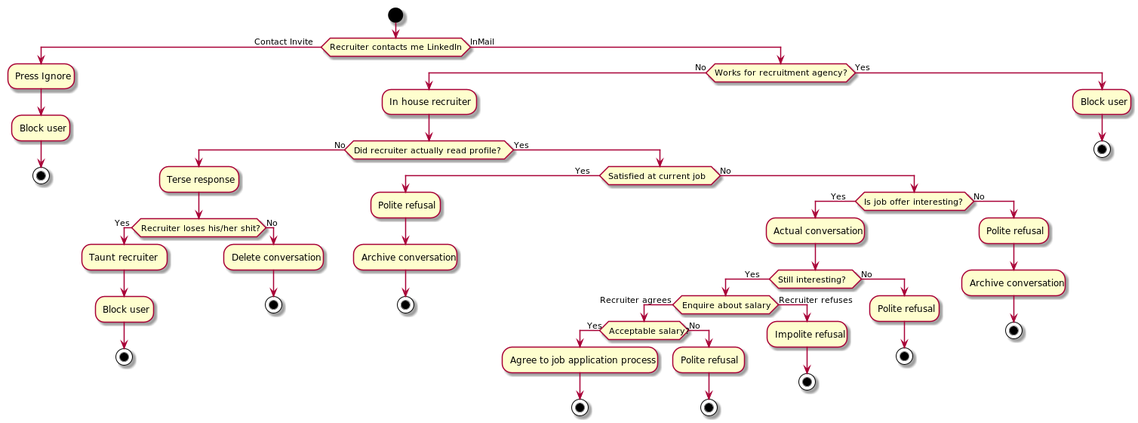
Above: recruiters.png in jsteenbeeke/jsteenbeeke.github.io (PlantUML), before the change.
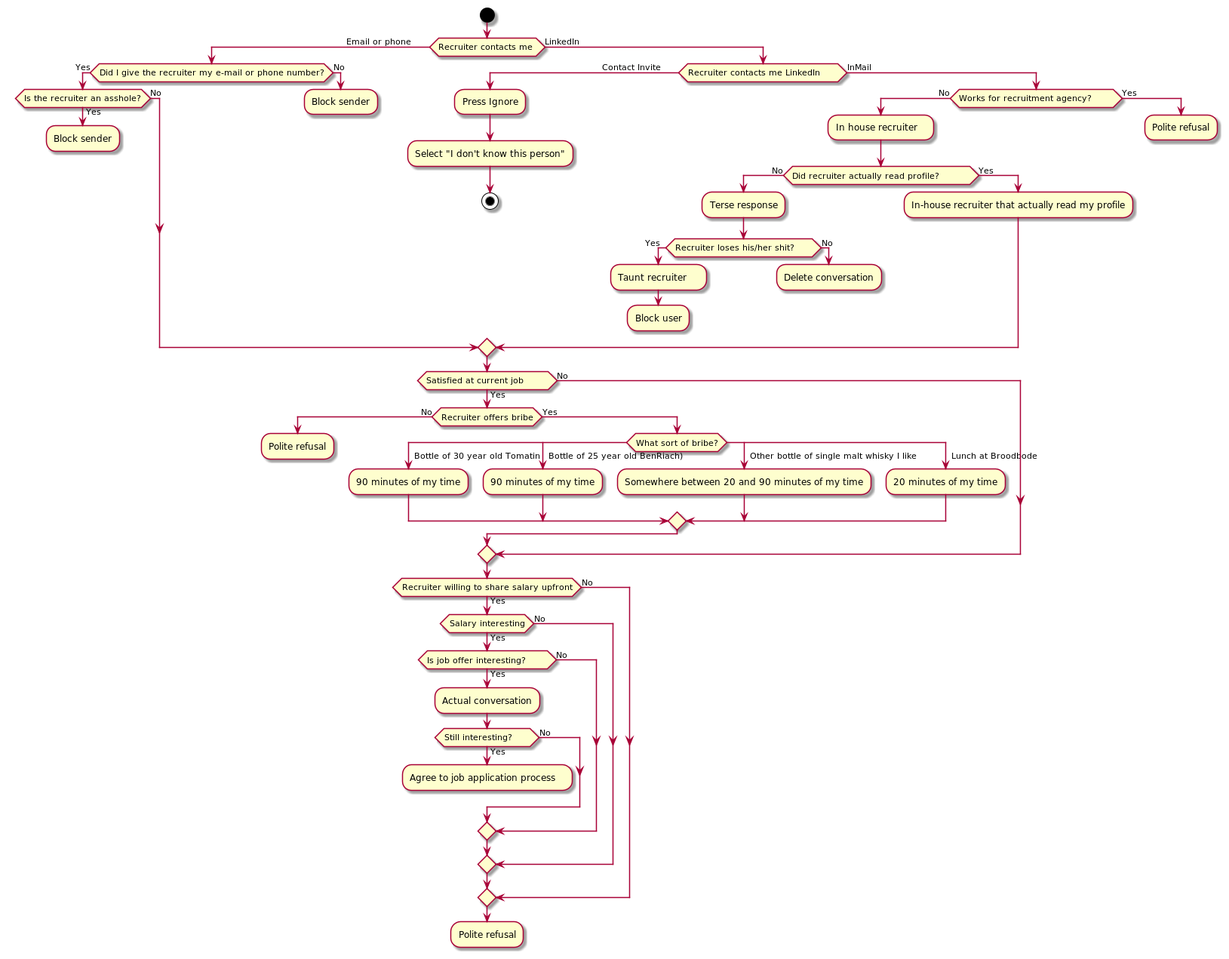
The same file after the commit.

Commit message:
Updated recruiter info

Change to the diagram source:
```diff
@@ -1,61 +1,79 @@
 @startuml
 
 start
+if (Recruiter contacts me ) then (Email or phone      )
+    if (Did I give the recruiter my e-mail or phone number?) then (Yes)
+        if (Is the recruiter an asshole?) then (No)
+        else (Yes)
+            :Block sender;
+            detach
+        endif
+    else (No)
+        :Block sender;
+        detach
+    endif
+else (LinkedIn    )
+    if (Recruiter contacts me LinkedIn      ) then (Contact Invite      )
+        :Press Ignore;
+        :Select "I don't know this person";
+        stop;
+    else (InMail)
+        if (Works for recruitment agency?       ) then (No)
+          :In house recruiter   ;
+          if (Did recruiter actually read profile?          ) then (No)
+             :Terse response;
+             if (Recruiter loses his/her shit?      ) then (Yes  )
+                :Taunt recruiter    ;
+                :Block user;
+                detach
+             else (No)
+                :Delete conversation;
+                detach
+             endif
+          else (Yes)
+            :In-house recruiter that actually read my profile;
+          endif
+        else (Yes)
+            :Polite refusal;
+            detach
+        endif
+    endif
+endif
+if (Satisfied at current job        ) then (Yes     )
+  if (Recruiter offers bribe) then (No)
+        :Polite refusal;
+         detach;
+  else (Yes)
+            switch (What sort of bribe?)
+            case (  Bottle of 30 year old Tomatin)
+                :90 minutes of my time;
+            case (  Bottle of 25 year old BenRiach))
+                :90 minutes of my time;
+            case (  Other bottle of single malt whisky I like)
+                :Somewhere between 20 and 90 minutes of my time;
+            case (  Lunch at Broodbode)
+                :20 minutes of my time;
+            endswitch
+    endif
+else (No       )
+endif
 
-if (Recruiter contacts me LinkedIn      ) then (Contact Invite      )
-    :Press Ignore;
-    :Block user;
-    stop;
-else (InMail)
-    if (Works for recruitment agency?       ) then (No)
-      :In house recruiter   ;
-      if (Did recruiter actually read profile?          ) then (No)
-         :Terse response;
-         if (Recruiter loses his/her shit?      ) then (Yes  )
-            :Taunt recruiter    ;
-            :Block user;
-            stop;
-         else (No)
-            :Delete conversation;
-            stop;
-         endif
-      else (Yes)
-        if (Satisfied at current job        ) then (Yes     )
-          :Polite refusal;
-          :Archive conversation;
-          stop;
-        else (No)
-            if (Is job offer interesting?       ) then (Yes     )
+if (Recruiter willing to share salary upfront) then (No)
+else (Yes)
+        if (Salary interesting) then (No)
+        else (Yes)
+            if (Is job offer interesting?       ) then (No)
+            else (Yes)
                 :Actual conversation;
                 if (Still interesting?      ) then (Yes     )
-                   if (Enquire about salary     ) then (Recruiter agrees     )
-                        if (Acceptable salary?) then (Yes)
-                            :Agree to job application process   ;
-                            stop;
-                        else (No)
-                            :Polite refusal ;
-                            stop;
-                        endif
-                   else (Recruiter refuses  )
-                        :Impolite refusal;
-                        stop;
-                   endif
-
-                 else (No       )
-                    :Polite refusal;
-                    stop;
-                 endif
-            else (No)
-                :Polite refusal;
-                :Archive conversation;
-                stop;
-            endif
-        endif
-      endif
-    else (Yes)
-        :Block user;
-        stop;
-    endif
+                    :Agree to job application process   ;
+                    detach
+                else (No       )
+                endif
+                endif
+         endif
 endif
 
+:Polite refusal;
+detach
 @enduml
```
